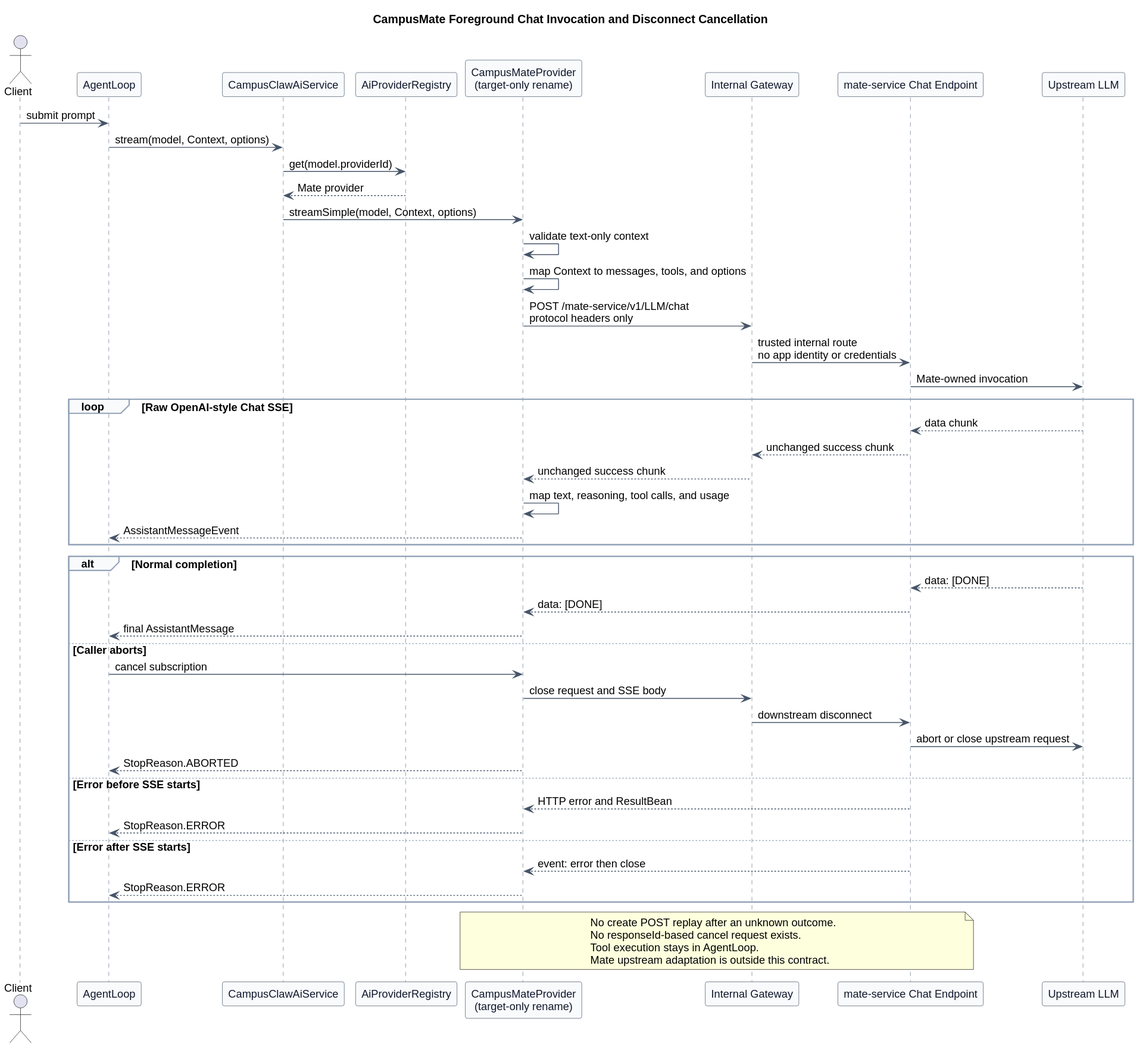
ssm0808/pi-mono-java-design keeps this PlantUML diagram as 02-服务与接口/03-模型管理Provider契约/model_manager_invocation_sequence.svg. Above is the earlier version.
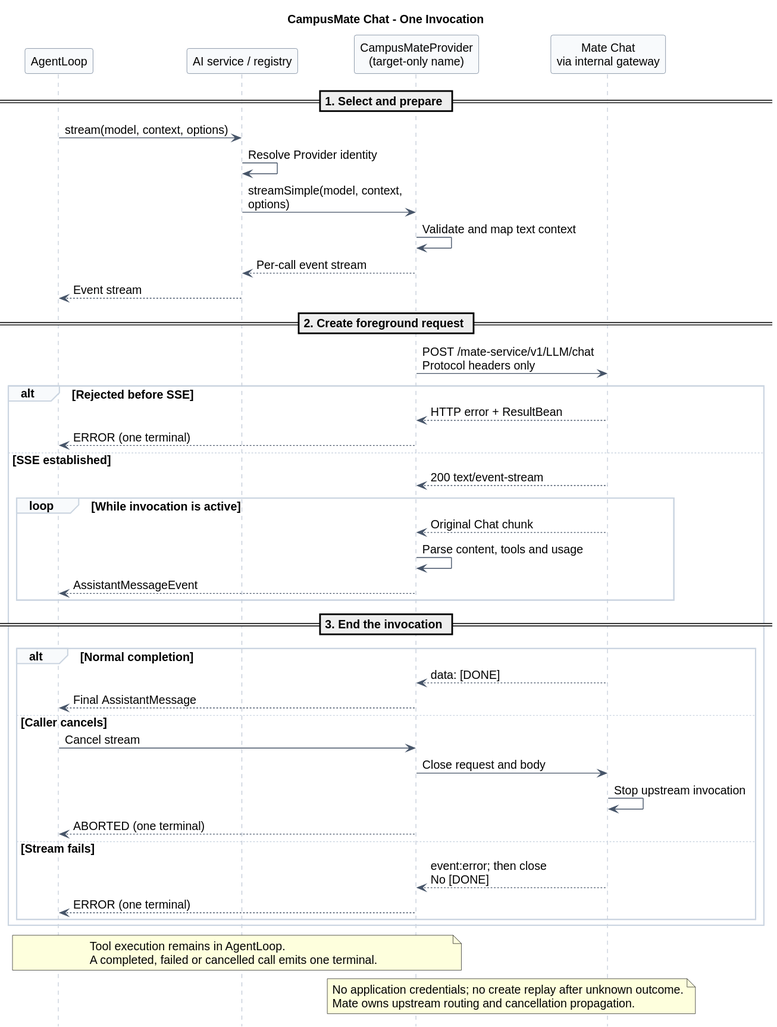
After the change.

What changed in the source:
```diff
@@ -1,74 +1,68 @@
 @startuml
-title CampusMate Foreground Chat Invocation and Disconnect Cancellation
 
-
-skinparam backgroundColor #FFFFFF
+skinparam backgroundColor white
 skinparam shadowing false
 skinparam defaultFontName Arial
-skinparam defaultFontSize 13
-skinparam participant {
-  BackgroundColor #F8FAFC
-  BorderColor #475569
-  FontColor #0F172A
-}
+skinparam defaultFontSize 14
 skinparam ArrowColor #475569
+title CampusMate Chat - One Invocation
+hide footbox
+skinparam maxMessageSize 210
+skinparam sequenceMessageAlign left
 skinparam sequence {
-  LifeLineBorderColor #64748B
-  LifeLineBackgroundColor #F8FAFC
-  GroupBorderColor #94A3B8
+  ParticipantBackgroundColor #F8FAFC
+  ParticipantBorderColor #64748B
+  LifeLineBorderColor #94A3B8
+  GroupBorderColor #CBD5E1
   GroupBackgroundColor #F8FAFC
 }
+participant AgentLoop as Loop
+participant "AI service / registry" as AI
+participant "CampusMateProvider\n(target-only name)" as Provider
+participant "Mate Chat\nvia internal gateway" as Mate
 
-actor Client
-participant "AgentLoop" as Loop
-participant "CampusClawAiService" as AiService
-participant "AiProviderRegistry" as Registry
-participant "CampusMateProvider\n(target-only rename)" as Provider
-participant "Internal Gateway" as Gateway
-participant "mate-service Chat Endpoint" as Mate
-participant "Upstream LLM" as Upstream
+== 1. Select and prepare ==
+Loop -> AI : stream(model, context, options)
+AI -> AI : Resolve Provider identity
+AI -> Provider : streamSimple(model, context, options)
+Provider -> Provider : Validate and map text context
+Provider --> AI : Per-call event stream
+AI --> Loop : Event stream
 
-Client -> Loop : submit prompt
-Loop -> AiService : stream(model, Context, options)
-AiService -> Registry : get(model.providerId)
-Registry --> AiService : Mate provider
-AiService -> Provider : streamSimple(model, Context, options)
-Provider -> Provider : validate text-only context
-Provider -> Provider : map Context to messages, tools, and options
-Provider -> Gateway : POST /mate-service/v1/LLM/chat\nprotocol headers only
-Gateway -> Mate : trusted internal route\nno app identity or credentials
-Mate -> Upstream : Mate-owned invocation
+== 2. Create foreground request ==
+Provider -> Mate : POST /mate-service/v1/LLM/chat\nProtocol headers only
+alt Rejected before SSE
+  Mate --> Provider : HTTP error + ResultBean
+  Provider --> Loop : ERROR (one terminal)
+else SSE established
+  Mate --> Provider : 200 text/event-stream
+  loop While invocation is active
+    Mate --> Provider : Original Chat chunk
+    Provider -> Provider : Parse content, tools and usage
+    Provider --> Loop : AssistantMessageEvent
+  end
 
-loop Raw OpenAI-style Chat SSE
-  Upstream --> Mate : data chunk
-  Mate --> Gateway : unchanged success chunk
-  Gateway --> Provider : unchanged success chunk
-  Provider -> Provider : map text, reasoning, tool calls, and usage
-  Provider --> Loop : AssistantMessageEvent
+  == 3. End the invocation ==
+  alt Normal completion
+    Mate --> Provider : data: [DONE]
+    Provider --> Loop : Final AssistantMessage
+  else Caller cancels
+    Loop -> Provider : Cancel stream
+    Provider -> Mate : Close request and body
+    Mate -> Mate : Stop upstream invocation
+    Provider --> Loop : ABORTED (one terminal)
+  else Stream fails
+    Mate --> Provider : event:error; then close\nNo [DONE]
+    Provider --> Loop : ERROR (one terminal)
+  end
 end
 
-alt Normal completion
-  Upstream --> Mate : data: [DONE]
-  Mate --> Provider : data: [DONE]
-  Provider --> Loop : final AssistantMessage
-else Caller aborts
-  Loop -> Provider : cancel subscription
-  Provider -> Gateway : close request and SSE body
-  Gateway -> Mate : downstream disconnect
-  Mate -> Upstream : abort or close upstream request
-  Provider --> Loop : StopReason.ABORTED
-else Error before SSE starts
-  Mate --> Provider : HTTP error and ResultBean
-  Provider --> Loop : StopReason.ERROR
-else Error after SSE starts
-  Mate --> Provider : event: error then close
-  Provider --> Loop : StopReason.ERROR
-end
-
+note over Loop,Provider
+Tool execution remains in AgentLoop.
+A completed, failed or cancelled call emits one terminal.
+end note
 note over Provider,Mate
-No create POST replay after an unknown outcome.
-No responseId-based cancel request exists.
-Tool execution stays in AgentLoop.
-Mate upstream adaptation is outside this contract.
+No application credentials; no create replay after unknown outcome.
+Mate owns upstream routing and cancellation propagation.
 end note
 @enduml
```
